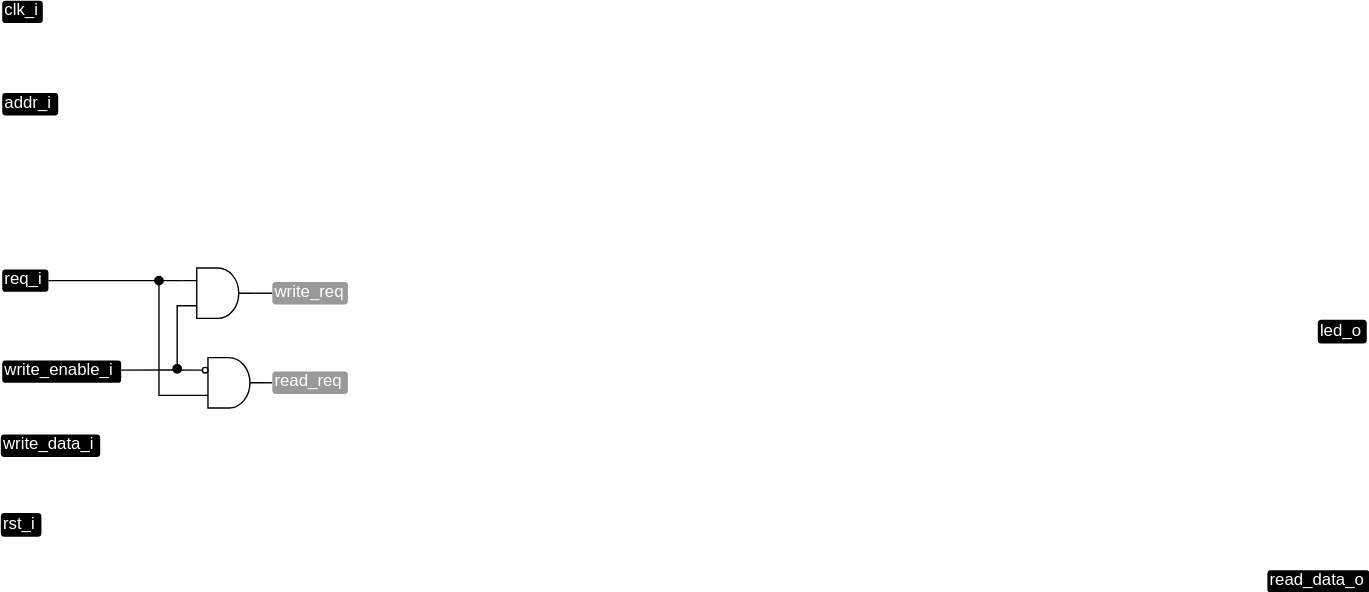
Above: .pic/Basic Verilog structures/controllers/fig_02.drawio.svg in MPSU/APS (draw.io), before the change. Source tidied: cells renumbered, new cells last; positions are measured from the earlier drawing's top-left corner, leaving out a move shared by most shapes.
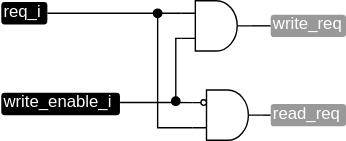
The same file after the commit.

The edit, as a diff of the source:
```diff
@@ -2,78 +2,60 @@
   <root>
     <mxCell id="0" />
     <mxCell id="1" parent="0" />
-    <mxCell id="2" value="clk_i" style="text;html=1;strokeColor=none;fillColor=#000000;align=left;verticalAlign=middle;whiteSpace=wrap;rounded=1;fontColor=#FFFFFF;spacingBottom=2;" parent="1" vertex="1">
-      <mxGeometry x="1" width="29" height="16" as="geometry" />
+    <mxCell id="2" style="edgeStyle=orthogonalEdgeStyle;rounded=0;jettySize=auto;html=1;exitX=1.001;exitY=0.433;exitDx=0;exitDy=0;endArrow=none;endFill=0;exitPerimeter=0;entryX=0;entryY=0.25;entryDx=0;entryDy=0;entryPerimeter=0;" parent="1" edge="1" source="3" target="12">
+      <mxGeometry relative="1" as="geometry">
+        <Array as="points">
+          <mxPoint x="121" y="264" />
+        </Array>
+      </mxGeometry>
     </mxCell>
-    <mxCell id="3" value="rst_i" style="text;html=1;strokeColor=none;fillColor=#000000;align=left;verticalAlign=middle;whiteSpace=wrap;rounded=1;fontColor=#FFFFFF;spacingBottom=2;" parent="1" vertex="1">
-      <mxGeometry y="366" width="29" height="17" as="geometry" />
+    <mxCell id="3" value="write_enable_i" style="text;html=1;strokeColor=none;fillColor=#000000;align=left;verticalAlign=middle;whiteSpace=wrap;rounded=1;fontColor=#FFFFFF;spacingBottom=2;" parent="1" vertex="1">
+      <mxGeometry x="1" y="257" width="85" height="16" as="geometry" />
     </mxCell>
-    <mxCell id="4" value="addr_i" style="text;html=1;strokeColor=none;fillColor=#000000;align=left;verticalAlign=middle;whiteSpace=wrap;rounded=1;fontColor=#FFFFFF;spacingBottom=2;" parent="1" vertex="1">
-      <mxGeometry x="1" y="66" width="40" height="16" as="geometry" />
+    <mxCell id="4" style="edgeStyle=orthogonalEdgeStyle;rounded=0;jettySize=auto;html=1;exitX=1;exitY=0.5;exitDx=0;exitDy=0;entryX=0;entryY=0.25;entryDx=0;entryDy=0;entryPerimeter=0;endArrow=none;endFill=0;" parent="1" edge="1" source="5" target="14">
+      <mxGeometry relative="1" as="geometry" />
     </mxCell>
-    <mxCell id="5" style="edgeStyle=orthogonalEdgeStyle;rounded=0;jettySize=auto;html=1;exitX=1.001;exitY=0.433;exitDx=0;exitDy=0;endArrow=none;endFill=0;exitPerimeter=0;entryX=0;entryY=0.25;entryDx=0;entryDy=0;entryPerimeter=0;" parent="1" edge="1" source="6" target="17">
-      <mxGeometry relative="1" as="geometry">
-        <Array as="points">
-          <mxPoint x="121" y="264" />
-        </Array>
-      </mxGeometry>
+    <mxCell id="5" value="req_i" style="text;html=1;strokeColor=none;fillColor=#000000;align=left;verticalAlign=middle;whiteSpace=wrap;rounded=1;fontColor=#FFFFFF;spacingBottom=2;" parent="1" vertex="1">
+      <mxGeometry x="1" y="192" width="33" height="16" as="geometry" />
     </mxCell>
-    <mxCell id="6" value="write_enable_i" style="text;html=1;strokeColor=none;fillColor=#000000;align=left;verticalAlign=middle;whiteSpace=wrap;rounded=1;fontColor=#FFFFFF;spacingBottom=2;" parent="1" vertex="1">
-      <mxGeometry x="1" y="257" width="85" height="16" as="geometry" />
+    <mxCell id="6" style="endArrow=none;html=1;rounded=0;exitX=1;exitY=0.5;exitDx=0;exitDy=0;exitPerimeter=0;entryX=0;entryY=0.5;entryDx=0;entryDy=0;" parent="1" edge="1" source="14" target="8">
+      <mxGeometry relative="1" as="geometry" />
     </mxCell>
-    <mxCell id="7" style="edgeStyle=orthogonalEdgeStyle;rounded=0;jettySize=auto;html=1;exitX=1;exitY=0.5;exitDx=0;exitDy=0;entryX=0;entryY=0.25;entryDx=0;entryDy=0;entryPerimeter=0;endArrow=none;endFill=0;" parent="1" edge="1" source="8" target="19">
-      <mxGeometry relative="1" as="geometry" />
+    <mxCell id="7" style="edgeStyle=orthogonalEdgeStyle;rounded=0;jettySize=auto;html=1;exitX=0;exitY=0.75;exitDx=0;exitDy=0;exitPerimeter=0;endArrow=oval;endFill=1;" parent="1" edge="1" source="14">
+      <mxGeometry relative="1" as="geometry">
+        <mxPoint x="126" y="263" as="targetPoint" />
+        <Array as="points">
+          <mxPoint x="126" y="218" />
+        </Array>
+      </mxGeometry>
     </mxCell>
-    <mxCell id="8" value="req_i" style="text;html=1;strokeColor=none;fillColor=#000000;align=left;verticalAlign=middle;whiteSpace=wrap;rounded=1;fontColor=#FFFFFF;spacingBottom=2;" parent="1" vertex="1">
-      <mxGeometry x="1" y="192" width="33" height="16" as="geometry" />
+    <mxCell id="8" value="write_req" style="text;html=1;strokeColor=none;fillColor=#999999;align=left;verticalAlign=middle;whiteSpace=wrap;rounded=1;fontColor=#FFFFFF;spacingBottom=2;" parent="1" vertex="1">
+      <mxGeometry x="194" y="201" width="54" height="16" as="geometry" />
     </mxCell>
-    <mxCell id="9" style="endArrow=none;html=1;rounded=0;exitX=1;exitY=0.5;exitDx=0;exitDy=0;exitPerimeter=0;entryX=0;entryY=0.5;entryDx=0;entryDy=0;" parent="1" edge="1" source="19" target="11">
-      <mxGeometry relative="1" as="geometry" />
+    <mxCell id="9" style="endArrow=oval;html=1;rounded=0;startArrow=none;startFill=0;endFill=1;exitX=0;exitY=0.75;exitDx=0;exitDy=0;exitPerimeter=0;" parent="1" edge="1" source="12">
+      <mxGeometry relative="1" as="geometry">
+        <mxPoint x="113" y="200" as="targetPoint" />
+        <Array as="points">
+          <mxPoint x="113" y="282" />
+        </Array>
+      </mxGeometry>
     </mxCell>
-    <mxCell id="10" style="edgeStyle=orthogonalEdgeStyle;rounded=0;jettySize=auto;html=1;exitX=0;exitY=0.75;exitDx=0;exitDy=0;exitPerimeter=0;endArrow=oval;endFill=1;" parent="1" edge="1" source="19">
+    <mxCell id="10" style="endArrow=none;html=1;rounded=0;exitX=1;exitY=0.5;exitDx=0;exitDy=0;exitPerimeter=0;" parent="1" edge="1" source="12">
       <mxGeometry relative="1" as="geometry">
-        <mxPoint x="126" y="263" as="targetPoint" />
-        <Array as="points">
-          <mxPoint x="126" y="218" />
-        </Array>
+        <mxPoint x="194" y="273" as="targetPoint" />
       </mxGeometry>
     </mxCell>
-    <mxCell id="11" value="write_req" style="text;html=1;strokeColor=none;fillColor=#999999;align=left;verticalAlign=middle;whiteSpace=wrap;rounded=1;fontColor=#FFFFFF;spacingBottom=2;" parent="1" vertex="1">
-      <mxGeometry x="194" y="201" width="54" height="16" as="geometry" />
+    <mxCell id="11" value="read_req" style="text;html=1;strokeColor=none;fillColor=#999999;align=left;verticalAlign=middle;whiteSpace=wrap;rounded=1;fontColor=#FFFFFF;spacingBottom=2;" parent="1" vertex="1">
+      <mxGeometry x="194" y="265" width="54" height="16" as="geometry" />
     </mxCell>
-    <mxCell id="12" style="endArrow=oval;html=1;rounded=0;startArrow=none;startFill=0;endFill=1;exitX=0;exitY=0.75;exitDx=0;exitDy=0;exitPerimeter=0;" parent="1" edge="1" source="17">
-      <mxGeometry relative="1" as="geometry">
-        <mxPoint x="113" y="200" as="targetPoint" />
-        <Array as="points">
-          <mxPoint x="113" y="282" />
-        </Array>
-      </mxGeometry>
+    <mxCell id="12" style="verticalLabelPosition=bottom;shadow=0;dashed=0;align=center;html=1;verticalAlign=top;shape=mxgraph.electrical.logic_gates.logic_gate;operation=and;" parent="1" vertex="1">
+      <mxGeometry x="138" y="255" width="50" height="36" as="geometry" />
     </mxCell>
-    <mxCell id="13" style="endArrow=none;html=1;rounded=0;exitX=1;exitY=0.5;exitDx=0;exitDy=0;exitPerimeter=0;" parent="1" edge="1" source="17">
-      <mxGeometry relative="1" as="geometry">
-        <mxPoint x="194" y="273" as="targetPoint" />
-      </mxGeometry>
+    <mxCell id="13" style="ellipse;whiteSpace=wrap;html=1;" parent="1" vertex="1">
+      <mxGeometry x="144" y="262" width="4" height="4" as="geometry" />
     </mxCell>
-    <mxCell id="14" value="read_req" style="text;html=1;strokeColor=none;fillColor=#999999;align=left;verticalAlign=middle;whiteSpace=wrap;rounded=1;fontColor=#FFFFFF;spacingBottom=2;" parent="1" vertex="1">
-      <mxGeometry x="194" y="265" width="54" height="16" as="geometry" />
+    <mxCell id="14" style="verticalLabelPosition=bottom;shadow=0;dashed=0;align=center;html=1;verticalAlign=top;shape=mxgraph.electrical.logic_gates.logic_gate;operation=and;" parent="1" vertex="1">
+      <mxGeometry x="130" y="191" width="50" height="36" as="geometry" />
     </mxCell>
-    <mxCell id="15" value="led_o" style="text;html=1;strokeColor=none;fillColor=#000000;align=left;verticalAlign=middle;whiteSpace=wrap;rounded=1;fontColor=#FFFFFF;spacingBottom=2;" parent="1" vertex="1">
-      <mxGeometry x="941" y="228" width="35" height="17" as="geometry" />
-    </mxCell>
-    <mxCell id="16" value="read_data_o" style="text;html=1;strokeColor=none;fillColor=#000000;align=left;verticalAlign=middle;whiteSpace=wrap;rounded=1;fontColor=#FFFFFF;spacingBottom=2;" parent="1" vertex="1">
-      <mxGeometry x="905" y="407" width="73" height="16" as="geometry" />
-    </mxCell>
-    <mxCell id="17" style="verticalLabelPosition=bottom;shadow=0;dashed=0;align=center;html=1;verticalAlign=top;shape=mxgraph.electrical.logic_gates.logic_gate;operation=and;" parent="1" vertex="1">
-      <mxGeometry x="138" y="255" width="50" height="36" as="geometry" />
-    </mxCell>
-    <mxCell id="18" style="ellipse;whiteSpace=wrap;html=1;" parent="1" vertex="1">
-      <mxGeometry x="144" y="262" width="4" height="4" as="geometry" />
-    </mxCell>
-    <mxCell id="19" style="verticalLabelPosition=bottom;shadow=0;dashed=0;align=center;html=1;verticalAlign=top;shape=mxgraph.electrical.logic_gates.logic_gate;operation=and;" parent="1" vertex="1">
-      <mxGeometry x="130" y="191" width="50" height="36" as="geometry" />
-    </mxCell>
-    <mxCell id="20" value="write_data_i" style="text;html=1;strokeColor=none;fillColor=#000000;align=left;verticalAlign=middle;whiteSpace=wrap;rounded=1;fontColor=#FFFFFF;spacingBottom=2;" parent="1" vertex="1">
-      <mxGeometry y="310" width="71" height="16" as="geometry" />
-    </mxCell>
   </root>
 </mxGraphModel>
```
